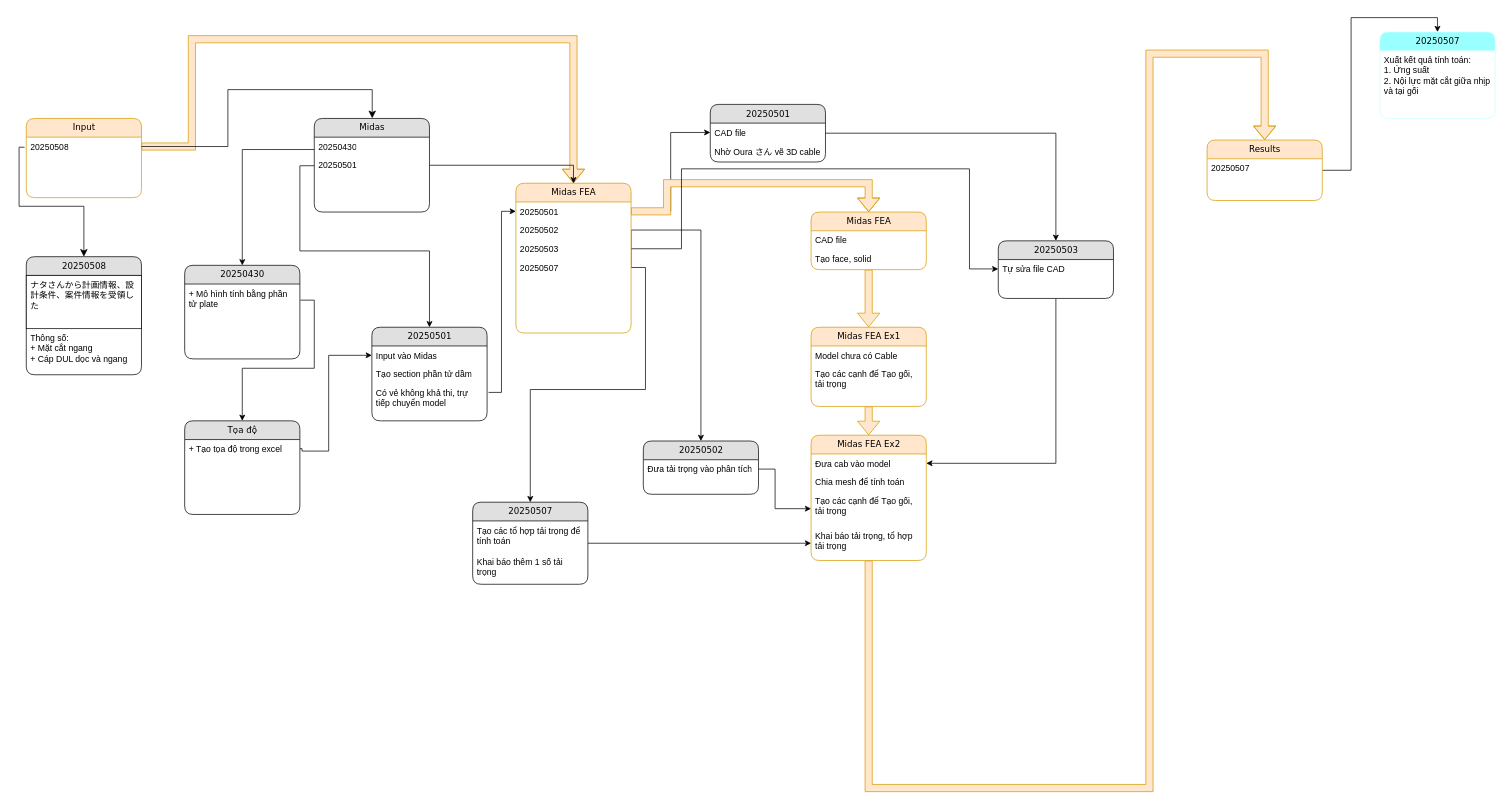
Earlier version of the draw.io diagram 長大・熊本耐震/耐震設計/Untitled Diagram.drawio (nnh92/Juntos.co). Source tidied: cells renumbered, new cells numbered last; positions are measured from the earlier drawing's top-left corner, leaving out a move shared by most shapes. Both pictures are drawn from the tidied source at 72%, with x=0, y=0 at pixel (26, 32).
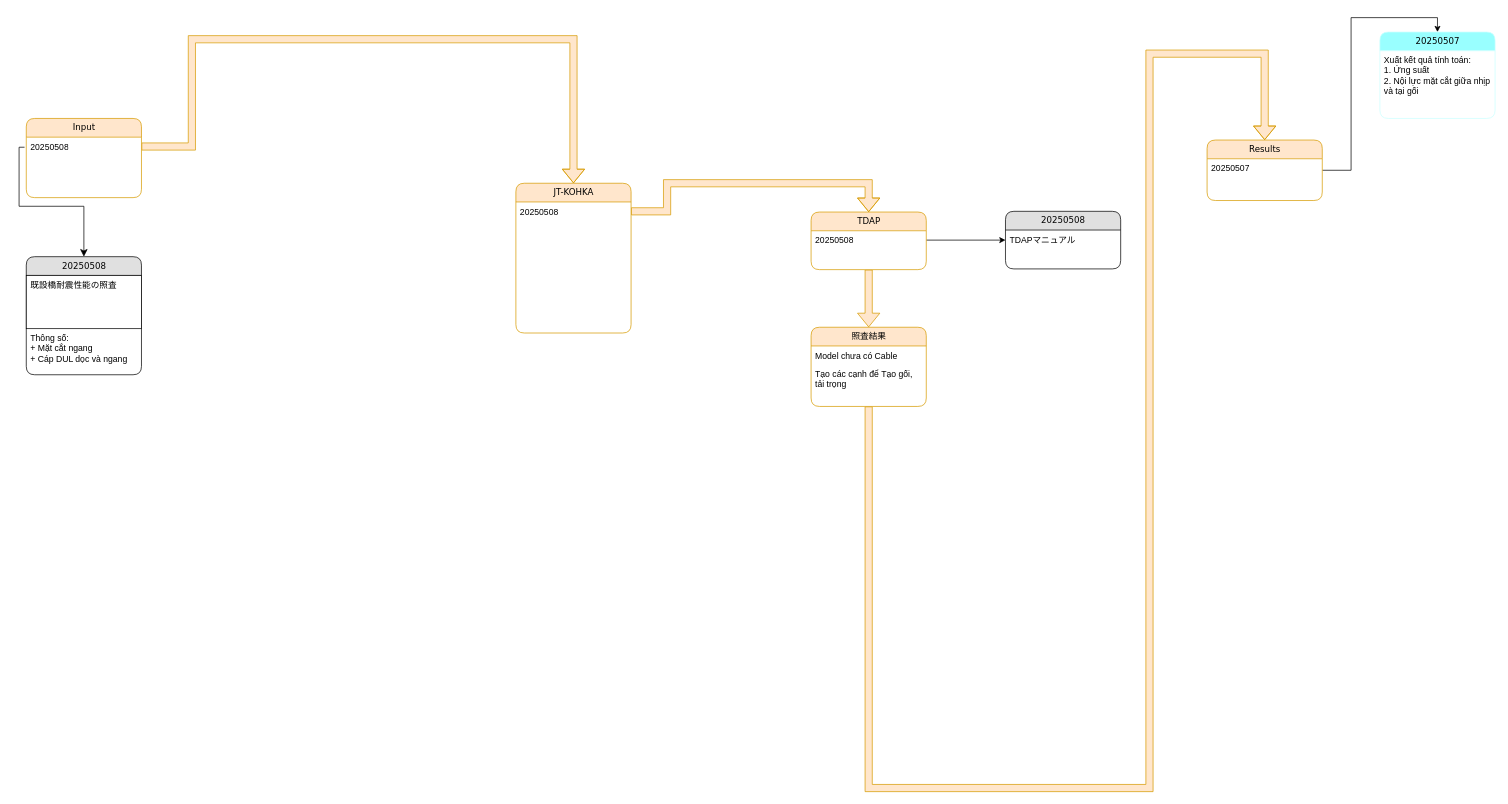
Above is the later version.

Unchanged cells that the change refers to:
```xml
<mxCell id="4" value="20250508" style="text;html=1;strokeColor=none;fillColor=none;spacingLeft=4;spacingRight=4;whiteSpace=wrap;overflow=hidden;points=[[0,0.5],[1,0.5]];portConstraint=eastwest;" parent="3" vertex="1">
  <mxGeometry y="26" width="160" height="26" as="geometry" />
</mxCell>
<mxCell id="11" value="20250508" style="swimlane;html=1;fontStyle=0;horizontal=1;startSize=26;fillColor=#e0e0e0;swimlaneFillColor=#ffffff;align=center;rounded=1;shadow=0;comic=0;labelBackgroundColor=none;strokeWidth=1;fontFamily=Verdana;fontSize=12;" parent="1" vertex="1">
  <mxGeometry y="312" width="160" height="164" as="geometry" />
</mxCell>
<mxCell id="15" value="Results" style="swimlane;html=1;fontStyle=0;horizontal=1;startSize=26;fillColor=#ffe6cc;swimlaneFillColor=#ffffff;align=center;rounded=1;shadow=0;comic=0;labelBackgroundColor=none;strokeWidth=1;fontFamily=Verdana;fontSize=12;strokeColor=#d79b00;" parent="1" vertex="1">
  <mxGeometry x="1640" y="150" width="160" height="84" as="geometry" />
</mxCell>
```

What changed in the source:
```diff
@@
-    <mxCell id="5" style="edgeStyle=orthogonalEdgeStyle;rounded=0;jettySize=auto;html=1;exitX=0.016;exitY=0.66;exitDx=0;exitDy=0;exitPerimeter=0;" parent="1" edge="1" source="9" target="21">
-      <mxGeometry relative="1" as="geometry" />
-    </mxCell>
-    <mxCell id="6" style="edgeStyle=orthogonalEdgeStyle;rounded=0;jettySize=auto;html=1;exitX=0.015;exitY=0.525;exitDx=0;exitDy=0;exitPerimeter=0;" parent="1" edge="1" source="10" target="27">
-      <mxGeometry relative="1" as="geometry">
-        <Array as="points">
-          <mxPoint x="380" y="186" />
-          <mxPoint x="380" y="304" />
-          <mxPoint x="560" y="304" />
-        </Array>
-      </mxGeometry>
-    </mxCell>
-    <mxCell id="7" style="edgeStyle=orthogonalEdgeStyle;rounded=0;jettySize=auto;html=1;exitX=1;exitY=0.5;exitDx=0;exitDy=0;" parent="1" edge="1" source="10" target="36">
-      <mxGeometry relative="1" as="geometry" />
-    </mxCell>
-    <mxCell id="8" value="Midas" style="swimlane;html=1;fontStyle=0;horizontal=1;startSize=26;fillColor=#e0e0e0;swimlaneFillColor=#ffffff;align=center;rounded=1;shadow=0;comic=0;labelBackgroundColor=none;strokeWidth=1;fontFamily=Verdana;fontSize=12;" parent="1" vertex="1">
-      <mxGeometry x="400" y="120" width="160" height="130" as="geometry" />
-    </mxCell>
-    <mxCell id="9" value="20250430" style="text;html=1;strokeColor=none;fillColor=none;spacingLeft=4;spacingRight=4;whiteSpace=wrap;overflow=hidden;points=[[0,0.5],[1,0.5]];portConstraint=eastwest;" parent="8" vertex="1">
-      <mxGeometry y="26" width="160" height="26" as="geometry" />
-    </mxCell>
-    <mxCell id="10" value="20250501" style="text;html=1;strokeColor=none;fillColor=none;spacingLeft=4;spacingRight=4;whiteSpace=wrap;overflow=hidden;points=[[0,0.5],[1,0.5]];portConstraint=eastwest;" parent="8" vertex="1">
-      <mxGeometry y="52" width="160" height="26" as="geometry" />
-    </mxCell>
@@
-    <mxCell id="12" value="ナタさんから計画情報、設計条件、案件情報を受領した" style="text;html=1;spacingLeft=4;spacingRight=4;whiteSpace=wrap;overflow=hidden;fillColor=default;strokeColor=default;" parent="11" vertex="1">
+    <mxCell id="12" value="既設橋耐震性能の照査" style="text;html=1;spacingLeft=4;spacingRight=4;whiteSpace=wrap;overflow=hidden;fillColor=default;strokeColor=default;" parent="11" vertex="1">
       <mxGeometry y="26" width="160" height="74" as="geometry" />
     </mxCell>
@@
-    <mxCell id="18" style="edgeStyle=orthogonalEdgeStyle;html=1;labelBackgroundColor=none;startFill=0;endFill=1;fontFamily=Verdana;fontSize=12;rounded=0;exitX=0.5;exitY=1;exitDx=0;exitDy=0;shape=flexArrow;fillColor=#ffe6cc;strokeColor=#d79b00;entryX=0.5;entryY=0;entryDx=0;entryDy=0;" parent="1" edge="1" source="56" target="15">
+    <mxCell id="18" style="edgeStyle=orthogonalEdgeStyle;html=1;labelBackgroundColor=none;startFill=0;endFill=1;fontFamily=Verdana;fontSize=12;rounded=0;shape=flexArrow;fillColor=#ffe6cc;strokeColor=#d79b00;entryX=0.5;entryY=0;entryDx=0;entryDy=0;exitX=0.5;exitY=1;exitDx=0;exitDy=0;" parent="1" edge="1" source="53" target="15">
       <mxGeometry relative="1" as="geometry">
         <Array as="points">
           <mxPoint x="1170" y="1050" />
           <mxPoint x="1560" y="1050" />
           <mxPoint x="1560" y="30" />
           <mxPoint x="1720" y="30" />
         </Array>
       </mxGeometry>
     </mxCell>
-    <mxCell id="19" style="edgeStyle=orthogonalEdgeStyle;html=1;labelBackgroundColor=none;startFill=0;startSize=8;endFill=1;endSize=8;fontFamily=Verdana;fontSize=12;exitX=1;exitY=0.5;rounded=0;entryX=0.503;entryY=-0.002;entryDx=0;entryDy=0;entryPerimeter=0;exitDx=0;exitDy=0;" parent="1" edge="1" source="4" target="8">
-      <mxGeometry relative="1" as="geometry">
-        <Array as="points">
-          <mxPoint x="280" y="159" />
-          <mxPoint x="280" y="80" />
-          <mxPoint x="481" y="80" />
-        </Array>
-      </mxGeometry>
-    </mxCell>
-    <mxCell id="20" style="edgeStyle=orthogonalEdgeStyle;rounded=0;jettySize=auto;html=1;exitX=1.004;exitY=0.508;exitDx=0;exitDy=0;exitPerimeter=0;" parent="1" edge="1" source="22" target="24">
-      <mxGeometry relative="1" as="geometry" />
-    </mxCell>
-    <mxCell id="21" value="20250430" style="swimlane;html=1;fontStyle=0;horizontal=1;startSize=26;fillColor=#e0e0e0;swimlaneFillColor=#ffffff;align=center;rounded=1;shadow=0;comic=0;labelBackgroundColor=none;strokeWidth=1;fontFamily=Verdana;fontSize=12;" parent="1" vertex="1">
-      <mxGeometry x="220" y="324" width="160" height="130" as="geometry" />
-    </mxCell>
-    <mxCell id="22" value="+ Mô hình tính bằng phần tử plate" style="text;html=1;strokeColor=none;fillColor=none;spacingLeft=4;spacingRight=4;whiteSpace=wrap;overflow=hidden;points=[[0,0.5],[1,0.5]];portConstraint=eastwest;" parent="21" vertex="1">
-      <mxGeometry y="26" width="160" height="44" as="geometry" />
-    </mxCell>
-    <mxCell id="23" style="edgeStyle=orthogonalEdgeStyle;rounded=0;jettySize=auto;html=1;exitX=1;exitY=0.371;exitDx=0;exitDy=0;exitPerimeter=0;" parent="1" edge="1" source="25" target="28">
-      <mxGeometry relative="1" as="geometry">
-        <Array as="points">
-          <mxPoint x="383" y="582" />
-          <mxPoint x="420" y="582" />
-          <mxPoint x="420" y="449" />
-        </Array>
-      </mxGeometry>
-    </mxCell>
-    <mxCell id="24" value="Tọa độ" style="swimlane;html=1;fontStyle=0;horizontal=1;startSize=26;fillColor=#e0e0e0;swimlaneFillColor=#ffffff;align=center;rounded=1;shadow=0;comic=0;labelBackgroundColor=none;strokeWidth=1;fontFamily=Verdana;fontSize=12;" parent="1" vertex="1">
-      <mxGeometry x="220" y="540" width="160" height="130" as="geometry" />
-    </mxCell>
-    <mxCell id="25" value="+ Tạo tọa độ trong excel" style="text;html=1;strokeColor=none;fillColor=none;spacingLeft=4;spacingRight=4;whiteSpace=wrap;overflow=hidden;points=[[0,0.5],[1,0.5]];portConstraint=eastwest;" parent="24" vertex="1">
-      <mxGeometry y="26" width="160" height="34" as="geometry" />
-    </mxCell>
-    <mxCell id="26" style="edgeStyle=orthogonalEdgeStyle;rounded=0;jettySize=auto;html=1;exitX=1.013;exitY=0.298;exitDx=0;exitDy=0;exitPerimeter=0;entryX=0;entryY=0.5;entryDx=0;entryDy=0;" parent="1" edge="1" source="30" target="37">
-      <mxGeometry relative="1" as="geometry" />
-    </mxCell>
-    <mxCell id="27" value="20250501" style="swimlane;html=1;fontStyle=0;horizontal=1;startSize=26;fillColor=#e0e0e0;swimlaneFillColor=#ffffff;align=center;rounded=1;shadow=0;comic=0;labelBackgroundColor=none;strokeWidth=1;fontFamily=Verdana;fontSize=12;" parent="1" vertex="1">
-      <mxGeometry x="480" y="410" width="160" height="130" as="geometry" />
-    </mxCell>
-    <mxCell id="28" value="Input vào Midas" style="text;html=1;strokeColor=none;fillColor=none;spacingLeft=4;spacingRight=4;whiteSpace=wrap;overflow=hidden;points=[[0,0.5],[1,0.5]];portConstraint=eastwest;" parent="27" vertex="1">
-      <mxGeometry y="26" width="160" height="26" as="geometry" />
-    </mxCell>
-    <mxCell id="29" value="Tạo section phần tử dầm" style="text;html=1;strokeColor=none;fillColor=none;spacingLeft=4;spacingRight=4;whiteSpace=wrap;overflow=hidden;" parent="27" vertex="1">
-      <mxGeometry y="52" width="160" height="26" as="geometry" />
-    </mxCell>
-    <mxCell id="30" value="Có vẻ không khả thi, trự tiếp chuyển model" style="text;html=1;strokeColor=none;fillColor=none;spacingLeft=4;spacingRight=4;whiteSpace=wrap;overflow=hidden;points=[[0,0.5],[1,0.5]];portConstraint=eastwest;" parent="27" vertex="1">
-      <mxGeometry y="78" width="160" height="42" as="geometry" />
-    </mxCell>
-    <mxCell id="31" style="edgeStyle=orthogonalEdgeStyle;rounded=0;jettySize=auto;html=1;entryX=0;entryY=0.5;entryDx=0;entryDy=0;exitX=1;exitY=0.5;exitDx=0;exitDy=0;" parent="1" edge="1" source="37" target="43">
-      <mxGeometry relative="1" as="geometry" />
-    </mxCell>
-    <mxCell id="32" style="edgeStyle=orthogonalEdgeStyle;rounded=0;jettySize=auto;html=1;exitX=1;exitY=0.5;exitDx=0;exitDy=0;entryX=0.5;entryY=0;entryDx=0;entryDy=0;" parent="1" edge="1" source="40" target="46">
-      <mxGeometry relative="1" as="geometry">
-        <Array as="points">
-          <mxPoint x="840" y="275" />
-          <mxPoint x="937" y="275" />
-        </Array>
-      </mxGeometry>
-    </mxCell>
@@
-    <mxCell id="34" style="edgeStyle=orthogonalEdgeStyle;rounded=0;jettySize=auto;html=1;exitX=1;exitY=0.5;exitDx=0;exitDy=0;entryX=0;entryY=0.5;entryDx=0;entryDy=0;" parent="1" edge="1" source="39" target="63">
-      <mxGeometry relative="1" as="geometry">
-        <Array as="points">
-          <mxPoint x="910" y="301" />
-          <mxPoint x="910" y="190" />
-          <mxPoint x="1310" y="190" />
-          <mxPoint x="1310" y="329" />
-        </Array>
-      </mxGeometry>
-    </mxCell>
-    <mxCell id="35" style="edgeStyle=orthogonalEdgeStyle;rounded=0;jettySize=auto;html=1;entryX=0.5;entryY=0;entryDx=0;entryDy=0;exitX=1;exitY=0.5;exitDx=0;exitDy=0;" parent="1" edge="1" source="40" target="65">
-      <mxGeometry relative="1" as="geometry" />
-    </mxCell>
-    <mxCell id="36" value="Midas FEA" style="swimlane;html=1;fontStyle=0;horizontal=1;startSize=26;fillColor=#ffe6cc;swimlaneFillColor=#ffffff;align=center;rounded=1;shadow=0;comic=0;labelBackgroundColor=none;strokeWidth=1;fontFamily=Verdana;fontSize=12;strokeColor=#d79b00;" parent="1" vertex="1">
+    <mxCell id="36" value="JT-KOHKA" style="swimlane;html=1;fontStyle=0;horizontal=1;startSize=26;fillColor=#ffe6cc;swimlaneFillColor=#ffffff;align=center;rounded=1;shadow=0;comic=0;labelBackgroundColor=none;strokeWidth=1;fontFamily=Verdana;fontSize=12;strokeColor=#d79b00;" parent="1" vertex="1">
       <mxGeometry x="680" y="210" width="160" height="208" as="geometry" />
     </mxCell>
-    <mxCell id="37" value="20250501" style="text;html=1;strokeColor=none;fillColor=none;spacingLeft=4;spacingRight=4;whiteSpace=wrap;overflow=hidden;points=[[0,0.5],[1,0.5]];portConstraint=eastwest;" parent="36" vertex="1">
+    <mxCell id="37" value="20250508" style="text;html=1;strokeColor=none;fillColor=none;spacingLeft=4;spacingRight=4;whiteSpace=wrap;overflow=hidden;points=[[0,0.5],[1,0.5]];portConstraint=eastwest;" parent="36" vertex="1">
       <mxGeometry y="26" width="160" height="26" as="geometry" />
     </mxCell>
-    <mxCell id="38" value="20250502" style="text;html=1;strokeColor=none;fillColor=none;spacingLeft=4;spacingRight=4;whiteSpace=wrap;overflow=hidden;" parent="36" vertex="1">
-      <mxGeometry y="52" width="160" height="26" as="geometry" />
-    </mxCell>
-    <mxCell id="39" value="20250503" style="text;html=1;strokeColor=none;fillColor=none;spacingLeft=4;spacingRight=4;whiteSpace=wrap;overflow=hidden;points=[[0,0.5],[1,0.5]];portConstraint=eastwest;" parent="36" vertex="1">
-      <mxGeometry y="78" width="160" height="26" as="geometry" />
-    </mxCell>
-    <mxCell id="40" value="20250507" style="text;html=1;strokeColor=none;fillColor=none;spacingLeft=4;spacingRight=4;whiteSpace=wrap;overflow=hidden;points=[[0,0.5],[1,0.5]];portConstraint=eastwest;" parent="36" vertex="1">
-      <mxGeometry y="104" width="160" height="26" as="geometry" />
-    </mxCell>
-    <mxCell id="41" style="edgeStyle=orthogonalEdgeStyle;rounded=0;jettySize=auto;html=1;" parent="1" edge="1" source="42" target="62">
+    <mxCell id="41" style="edgeStyle=orthogonalEdgeStyle;rounded=0;jettySize=auto;html=1;exitX=1;exitY=0.5;exitDx=0;exitDy=0;" parent="1" edge="1" source="50" target="62">
       <mxGeometry relative="1" as="geometry" />
     </mxCell>
-    <mxCell id="42" value="20250501" style="swimlane;html=1;fontStyle=0;horizontal=1;startSize=26;fillColor=#e0e0e0;swimlaneFillColor=#ffffff;align=center;rounded=1;shadow=0;comic=0;labelBackgroundColor=none;strokeWidth=1;fontFamily=Verdana;fontSize=12;" parent="1" vertex="1">
-      <mxGeometry x="950" y="100.5" width="160" height="80" as="geometry" />
-    </mxCell>
-    <mxCell id="43" value="CAD file" style="text;html=1;strokeColor=none;fillColor=none;spacingLeft=4;spacingRight=4;whiteSpace=wrap;overflow=hidden;points=[[0,0.5],[1,0.5]];portConstraint=eastwest;" parent="42" vertex="1">
-      <mxGeometry y="26" width="160" height="26" as="geometry" />
-    </mxCell>
-    <mxCell id="44" value="Nhờ Oura さん vẽ 3D cable" style="text;html=1;strokeColor=none;fillColor=none;spacingLeft=4;spacingRight=4;whiteSpace=wrap;overflow=hidden;" parent="42" vertex="1">
-      <mxGeometry y="52" width="160" height="26" as="geometry" />
-    </mxCell>
-    <mxCell id="45" style="edgeStyle=orthogonalEdgeStyle;rounded=0;jettySize=auto;html=1;entryX=0;entryY=0.5;entryDx=0;entryDy=0;exitX=1;exitY=0.5;exitDx=0;exitDy=0;" parent="1" edge="1" source="47" target="59">
-      <mxGeometry relative="1" as="geometry">
-        <Array as="points">
-          <mxPoint x="1040" y="607" />
-          <mxPoint x="1040" y="662" />
-        </Array>
-      </mxGeometry>
-    </mxCell>
-    <mxCell id="46" value="20250502" style="swimlane;html=1;fontStyle=0;horizontal=1;startSize=26;fillColor=#e0e0e0;swimlaneFillColor=#ffffff;align=center;rounded=1;shadow=0;comic=0;labelBackgroundColor=none;strokeWidth=1;fontFamily=Verdana;fontSize=12;" parent="1" vertex="1">
-      <mxGeometry x="857" y="568" width="160" height="74" as="geometry" />
-    </mxCell>
-    <mxCell id="47" value="Đưa tải trọng vào phân tích" style="text;html=1;strokeColor=none;fillColor=none;spacingLeft=4;spacingRight=4;whiteSpace=wrap;overflow=hidden;points=[[0,0.5],[1,0.5]];portConstraint=eastwest;" parent="46" vertex="1">
-      <mxGeometry y="26" width="160" height="26" as="geometry" />
-    </mxCell>
@@
-    <mxCell id="49" value="Midas FEA" style="swimlane;html=1;fontStyle=0;horizontal=1;startSize=26;fillColor=#ffe6cc;swimlaneFillColor=#ffffff;align=center;rounded=1;shadow=0;comic=0;labelBackgroundColor=none;strokeWidth=1;fontFamily=Verdana;fontSize=12;strokeColor=#d79b00;" parent="1" vertex="1">
+    <mxCell id="49" value="TDAP" style="swimlane;html=1;fontStyle=0;horizontal=1;startSize=26;fillColor=#ffe6cc;swimlaneFillColor=#ffffff;align=center;rounded=1;shadow=0;comic=0;labelBackgroundColor=none;strokeWidth=1;fontFamily=Verdana;fontSize=12;strokeColor=#d79b00;" parent="1" vertex="1">
       <mxGeometry x="1090" y="250" width="160" height="80" as="geometry" />
     </mxCell>
-    <mxCell id="50" value="CAD file" style="text;html=1;strokeColor=none;fillColor=none;spacingLeft=4;spacingRight=4;whiteSpace=wrap;overflow=hidden;points=[[0,0.5],[1,0.5]];portConstraint=eastwest;" parent="49" vertex="1">
+    <mxCell id="50" value="20250508" style="text;html=1;strokeColor=none;fillColor=none;spacingLeft=4;spacingRight=4;whiteSpace=wrap;overflow=hidden;points=[[0,0.5],[1,0.5]];portConstraint=eastwest;" parent="49" vertex="1">
       <mxGeometry y="26" width="160" height="26" as="geometry" />
     </mxCell>
-    <mxCell id="51" value="Tạo face, solid" style="text;html=1;strokeColor=none;fillColor=none;spacingLeft=4;spacingRight=4;whiteSpace=wrap;overflow=hidden;" parent="49" vertex="1">
-      <mxGeometry y="52" width="160" height="26" as="geometry" />
-    </mxCell>
-    <mxCell id="52" style="edgeStyle=orthogonalEdgeStyle;rounded=0;jettySize=auto;html=1;entryX=0.5;entryY=0;entryDx=0;entryDy=0;shape=flexArrow;fillColor=#ffe6cc;strokeColor=#d79b00;" parent="1" edge="1" source="53" target="56">
-      <mxGeometry relative="1" as="geometry" />
-    </mxCell>
-    <mxCell id="53" value="Midas FEA Ex1" style="swimlane;html=1;fontStyle=0;horizontal=1;startSize=26;fillColor=#ffe6cc;swimlaneFillColor=#ffffff;align=center;rounded=1;shadow=0;comic=0;labelBackgroundColor=none;strokeWidth=1;fontFamily=Verdana;fontSize=12;strokeColor=#d79b00;" parent="1" vertex="1">
+    <mxCell id="53" value="照査結果" style="swimlane;html=1;fontStyle=0;horizontal=1;startSize=26;fillColor=#ffe6cc;swimlaneFillColor=#ffffff;align=center;rounded=1;shadow=0;comic=0;labelBackgroundColor=none;strokeWidth=1;fontFamily=Verdana;fontSize=12;strokeColor=#d79b00;" parent="1" vertex="1">
       <mxGeometry x="1090" y="410" width="160" height="110" as="geometry" />
     </mxCell>
@@
-    <mxCell id="56" value="Midas FEA Ex2" style="swimlane;html=1;fontStyle=0;horizontal=1;startSize=26;fillColor=#ffe6cc;swimlaneFillColor=#ffffff;align=center;rounded=1;shadow=0;comic=0;labelBackgroundColor=none;strokeWidth=1;fontFamily=Verdana;fontSize=12;strokeColor=#d79b00;" parent="1" vertex="1">
-      <mxGeometry x="1090" y="560" width="160" height="174" as="geometry" />
-    </mxCell>
-    <mxCell id="57" value="Đưa cab vào model" style="text;html=1;strokeColor=none;fillColor=none;spacingLeft=4;spacingRight=4;whiteSpace=wrap;overflow=hidden;points=[[0,0.5],[1,0.5]];portConstraint=eastwest;" parent="56" vertex="1">
-      <mxGeometry y="26" width="160" height="26" as="geometry" />
-    </mxCell>
-    <mxCell id="58" value="Chia mesh để tính toán" style="text;html=1;strokeColor=none;fillColor=none;spacingLeft=4;spacingRight=4;whiteSpace=wrap;overflow=hidden;" parent="56" vertex="1">
-      <mxGeometry y="52" width="160" height="26" as="geometry" />
-    </mxCell>
-    <mxCell id="59" value="Tạo các cạnh để Tạo gối, tải trọng" style="text;html=1;strokeColor=none;fillColor=none;spacingLeft=4;spacingRight=4;whiteSpace=wrap;overflow=hidden;points=[[0,0.5],[1,0.5]];portConstraint=eastwest;" parent="56" vertex="1">
-      <mxGeometry y="78" width="160" height="48" as="geometry" />
-    </mxCell>
-    <mxCell id="60" value="Khai báo tải trọng, tổ hợp tải trọng" style="text;html=1;strokeColor=none;fillColor=none;spacingLeft=4;spacingRight=4;whiteSpace=wrap;overflow=hidden;points=[[0,0.5],[1,0.5]];portConstraint=eastwest;" parent="56" vertex="1">
-      <mxGeometry y="126" width="160" height="48" as="geometry" />
-    </mxCell>
-    <mxCell id="61" style="edgeStyle=orthogonalEdgeStyle;rounded=0;jettySize=auto;html=1;entryX=1;entryY=0.5;entryDx=0;entryDy=0;" parent="1" edge="1" source="62" target="57">
-      <mxGeometry relative="1" as="geometry" />
-    </mxCell>
-    <mxCell id="62" value="20250503" style="swimlane;html=1;fontStyle=0;horizontal=1;startSize=26;fillColor=#e0e0e0;swimlaneFillColor=#ffffff;align=center;rounded=1;shadow=0;comic=0;labelBackgroundColor=none;strokeWidth=1;fontFamily=Verdana;fontSize=12;" parent="1" vertex="1">
-      <mxGeometry x="1350" y="290" width="160" height="80" as="geometry" />
+    <mxCell id="62" value="20250508" style="swimlane;html=1;fontStyle=0;horizontal=1;startSize=26;fillColor=#e0e0e0;swimlaneFillColor=#ffffff;align=center;rounded=1;shadow=0;comic=0;labelBackgroundColor=none;strokeWidth=1;fontFamily=Verdana;fontSize=12;" parent="1" vertex="1">
+      <mxGeometry x="1360" y="249" width="160" height="80" as="geometry" />
     </mxCell>
-    <mxCell id="63" value="Tự sửa file CAD" style="text;html=1;strokeColor=none;fillColor=none;spacingLeft=4;spacingRight=4;whiteSpace=wrap;overflow=hidden;points=[[0,0.5],[1,0.5]];portConstraint=eastwest;" parent="62" vertex="1">
+    <mxCell id="63" value="TDAPマニュアル" style="text;html=1;strokeColor=none;fillColor=none;spacingLeft=4;spacingRight=4;whiteSpace=wrap;overflow=hidden;points=[[0,0.5],[1,0.5]];portConstraint=eastwest;" parent="62" vertex="1">
       <mxGeometry y="26" width="160" height="26" as="geometry" />
     </mxCell>
-    <mxCell id="64" style="edgeStyle=orthogonalEdgeStyle;rounded=0;jettySize=auto;html=1;entryX=0;entryY=0.5;entryDx=0;entryDy=0;" parent="1" edge="1" source="65" target="60">
-      <mxGeometry relative="1" as="geometry" />
-    </mxCell>
-    <mxCell id="65" value="20250507" style="swimlane;html=1;fontStyle=0;horizontal=1;startSize=26;fillColor=#e0e0e0;swimlaneFillColor=#ffffff;align=center;rounded=1;shadow=0;comic=0;labelBackgroundColor=none;strokeWidth=1;fontFamily=Verdana;fontSize=12;" parent="1" vertex="1">
-      <mxGeometry x="620" y="653" width="160" height="114" as="geometry" />
-    </mxCell>
-    <mxCell id="66" value="Tạo các tổ hợp tải trọng để tính toán" style="text;html=1;strokeColor=none;fillColor=none;spacingLeft=4;spacingRight=4;whiteSpace=wrap;overflow=hidden;" parent="65" vertex="1">
-      <mxGeometry y="26" width="160" height="44" as="geometry" />
-    </mxCell>
-    <mxCell id="67" value="Khai báo thêm 1 số tải trọng" style="text;html=1;strokeColor=none;fillColor=none;spacingLeft=4;spacingRight=4;whiteSpace=wrap;overflow=hidden;" parent="65" vertex="1">
-      <mxGeometry y="70" width="160" height="44" as="geometry" />
-    </mxCell>
```
